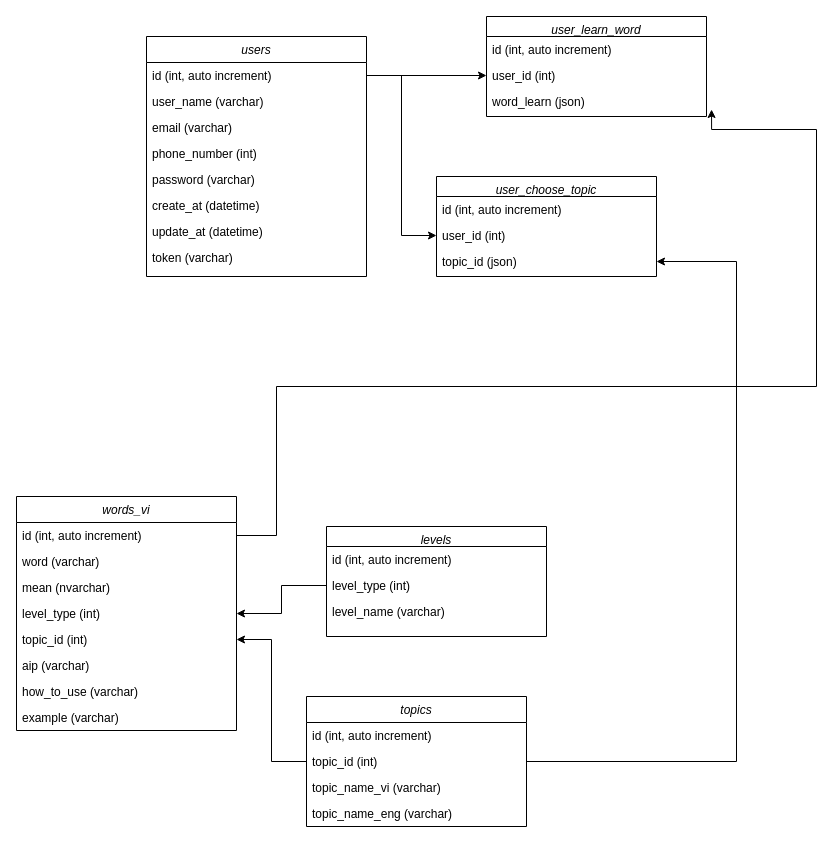
Earlier version of the draw.io diagram english-vocab-db-design.drawio (vietnguyenhoangw/crawl-data-w-soup). Source tidied: cells renumbered, new cells numbered last; positions are measured from the earlier drawing's top-left corner, leaving out a move shared by most shapes. Both pictures are drawn from the tidied source at 100%, with x=0, y=0 at pixel (16, 16).
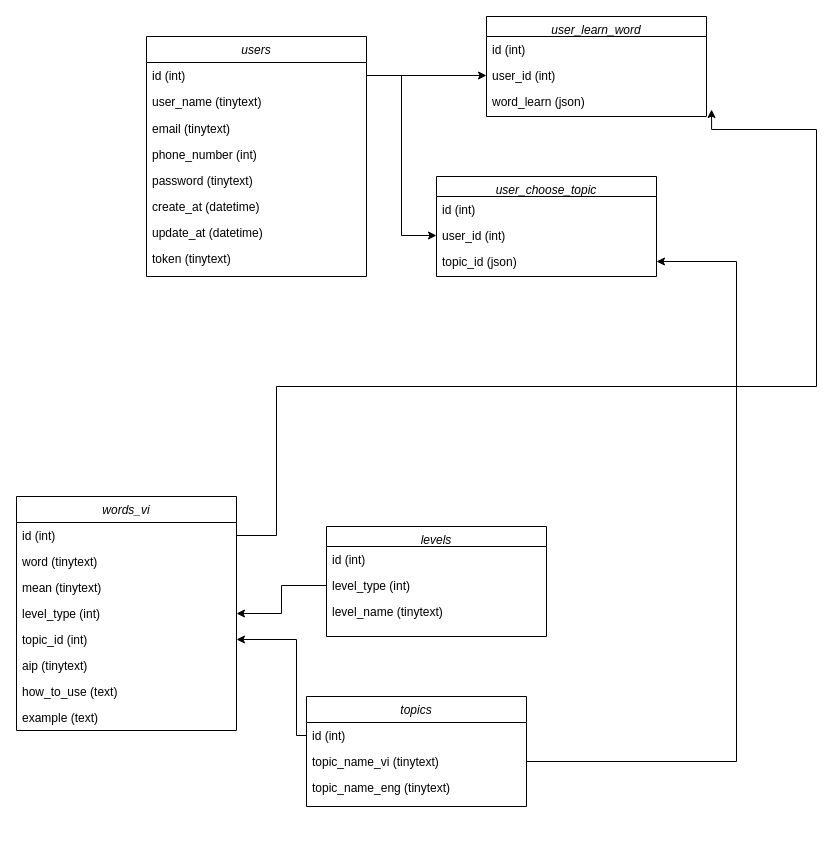
The same diagram, later.

The change refers to these unchanged cells:
```xml
<mxCell id="2" value="users" style="swimlane;fontStyle=2;align=center;verticalAlign=top;horizontal=1;startSize=26;rounded=0;shadow=0;strokeWidth=1;" parent="1" vertex="1">
  <mxGeometry x="130" y="20" width="220" height="240" as="geometry" />
</mxCell>
<mxCell id="11" value="words_vi" style="swimlane;fontStyle=2;align=center;verticalAlign=top;horizontal=1;startSize=26;rounded=0;shadow=0;strokeWidth=1;" parent="1" vertex="1">
  <mxGeometry y="480" width="220" height="234" as="geometry" />
</mxCell>
<mxCell id="16" value="topic_id (int)" style="text;align=left;verticalAlign=top;spacingLeft=4;spacingRight=4;overflow=hidden;points=[[0,0.5],[1,0.5]];portConstraint=eastwest;rounded=0;shadow=0;html=0;" parent="11" vertex="1">
  <mxGeometry y="130" width="220" height="26" as="geometry" />
</mxCell>
<mxCell id="20" value="levels" style="swimlane;fontStyle=2;align=center;verticalAlign=top;horizontal=1;startSize=20;rounded=0;shadow=0;strokeWidth=1;" parent="1" vertex="1">
  <mxGeometry x="310" y="510" width="220" height="110" as="geometry" />
</mxCell>
<mxCell id="31" value="user_learn_word" style="swimlane;fontStyle=2;align=center;verticalAlign=top;horizontal=1;startSize=20;rounded=0;shadow=0;strokeWidth=1;" parent="1" vertex="1">
  <mxGeometry x="470" width="220" height="100" as="geometry" />
</mxCell>
<mxCell id="35" value="user_choose_topic" style="swimlane;fontStyle=2;align=center;verticalAlign=top;horizontal=1;startSize=20;rounded=0;shadow=0;strokeWidth=1;" parent="1" vertex="1">
  <mxGeometry x="420" y="160" width="220" height="100" as="geometry" />
</mxCell>
<mxCell id="38" value="topic_id (json)" style="text;align=left;verticalAlign=top;spacingLeft=4;spacingRight=4;overflow=hidden;points=[[0,0.5],[1,0.5]];portConstraint=eastwest;rounded=0;shadow=0;html=0;" parent="35" vertex="1">
  <mxGeometry y="72" width="220" height="26" as="geometry" />
</mxCell>
```

What changed in the source:
```diff
@@
-    <mxCell id="3" value="id (int, auto increment)" style="text;align=left;verticalAlign=top;spacingLeft=4;spacingRight=4;overflow=hidden;points=[[0,0.5],[1,0.5]];portConstraint=eastwest;" parent="2" vertex="1">
+    <mxCell id="3" value="id (int)" style="text;align=left;verticalAlign=top;spacingLeft=4;spacingRight=4;overflow=hidden;points=[[0,0.5],[1,0.5]];portConstraint=eastwest;" parent="2" vertex="1">
       <mxGeometry y="26" width="220" height="26" as="geometry" />
     </mxCell>
-    <mxCell id="4" value="user_name (varchar)" style="text;align=left;verticalAlign=top;spacingLeft=4;spacingRight=4;overflow=hidden;rounded=0;shadow=0;html=0;" parent="2" vertex="1">
-      <mxGeometry y="52" width="220" height="26" as="geometry" />
+    <mxCell id="4" value="user_name (tinytext)" style="text;align=left;verticalAlign=top;spacingLeft=4;spacingRight=4;overflow=hidden;rounded=0;shadow=0;html=0;" parent="2" vertex="1">
+      <mxGeometry y="52" width="220" height="27" as="geometry" />
     </mxCell>
-    <mxCell id="5" value="email (varchar)" style="text;align=left;verticalAlign=top;spacingLeft=4;spacingRight=4;overflow=hidden;rounded=0;shadow=0;html=0;" parent="2" vertex="1">
-      <mxGeometry y="78" width="220" height="26" as="geometry" />
+    <mxCell id="5" value="email (tinytext)" style="text;align=left;verticalAlign=top;spacingLeft=4;spacingRight=4;overflow=hidden;rounded=0;shadow=0;html=0;" parent="2" vertex="1">
+      <mxGeometry y="79" width="220" height="26" as="geometry" />
     </mxCell>
     <mxCell id="6" value="phone_number (int)" style="text;align=left;verticalAlign=top;spacingLeft=4;spacingRight=4;overflow=hidden;rounded=0;shadow=0;html=0;" parent="2" vertex="1">
-      <mxGeometry y="104" width="220" height="26" as="geometry" />
+      <mxGeometry y="105" width="220" height="26" as="geometry" />
     </mxCell>
-    <mxCell id="7" value="password (varchar)" style="text;align=left;verticalAlign=top;spacingLeft=4;spacingRight=4;overflow=hidden;rounded=0;shadow=0;html=0;" parent="2" vertex="1">
-      <mxGeometry y="130" width="220" height="26" as="geometry" />
+    <mxCell id="7" value="password (tinytext)" style="text;align=left;verticalAlign=top;spacingLeft=4;spacingRight=4;overflow=hidden;rounded=0;shadow=0;html=0;" parent="2" vertex="1">
+      <mxGeometry y="131" width="220" height="26" as="geometry" />
     </mxCell>
     <mxCell id="8" value="create_at (datetime)" style="text;align=left;verticalAlign=top;spacingLeft=4;spacingRight=4;overflow=hidden;rounded=0;shadow=0;html=0;" parent="2" vertex="1">
-      <mxGeometry y="156" width="220" height="26" as="geometry" />
+      <mxGeometry y="157" width="220" height="26" as="geometry" />
     </mxCell>
     <mxCell id="9" value="update_at (datetime)" style="text;align=left;verticalAlign=top;spacingLeft=4;spacingRight=4;overflow=hidden;rounded=0;shadow=0;html=0;" parent="2" vertex="1">
-      <mxGeometry y="182" width="220" height="26" as="geometry" />
+      <mxGeometry y="183" width="220" height="26" as="geometry" />
     </mxCell>
-    <mxCell id="10" value="token (varchar)" style="text;align=left;verticalAlign=top;spacingLeft=4;spacingRight=4;overflow=hidden;rounded=0;shadow=0;html=0;" parent="2" vertex="1">
-      <mxGeometry y="208" width="220" height="26" as="geometry" />
+    <mxCell id="10" value="token (tinytext)" style="text;align=left;verticalAlign=top;spacingLeft=4;spacingRight=4;overflow=hidden;rounded=0;shadow=0;html=0;" parent="2" vertex="1">
+      <mxGeometry y="209" width="220" height="26" as="geometry" />
     </mxCell>
@@
-    <mxCell id="12" value="id (int, auto increment)" style="text;align=left;verticalAlign=top;spacingLeft=4;spacingRight=4;overflow=hidden;points=[[0,0.5],[1,0.5]];portConstraint=eastwest;" parent="11" vertex="1">
+    <mxCell id="12" value="id (int)" style="text;align=left;verticalAlign=top;spacingLeft=4;spacingRight=4;overflow=hidden;points=[[0,0.5],[1,0.5]];portConstraint=eastwest;" parent="11" vertex="1">
       <mxGeometry y="26" width="220" height="26" as="geometry" />
     </mxCell>
-    <mxCell id="13" value="word (varchar)" style="text;align=left;verticalAlign=top;spacingLeft=4;spacingRight=4;overflow=hidden;rounded=0;shadow=0;html=0;" parent="11" vertex="1">
+    <mxCell id="13" value="word (tinytext)" style="text;align=left;verticalAlign=top;spacingLeft=4;spacingRight=4;overflow=hidden;rounded=0;shadow=0;html=0;" parent="11" vertex="1">
       <mxGeometry y="52" width="220" height="26" as="geometry" />
     </mxCell>
-    <mxCell id="14" value="mean (nvarchar)" style="text;align=left;verticalAlign=top;spacingLeft=4;spacingRight=4;overflow=hidden;rounded=0;shadow=0;html=0;" parent="11" vertex="1">
+    <mxCell id="14" value="mean (tinytext)" style="text;align=left;verticalAlign=top;spacingLeft=4;spacingRight=4;overflow=hidden;rounded=0;shadow=0;html=0;" parent="11" vertex="1">
       <mxGeometry y="78" width="220" height="26" as="geometry" />
     </mxCell>
@@
-    <mxCell id="17" value="aip (varchar)" style="text;align=left;verticalAlign=top;spacingLeft=4;spacingRight=4;overflow=hidden;rounded=0;shadow=0;html=0;" parent="11" vertex="1">
+    <mxCell id="17" value="aip (tinytext)" style="text;align=left;verticalAlign=top;spacingLeft=4;spacingRight=4;overflow=hidden;rounded=0;shadow=0;html=0;" parent="11" vertex="1">
       <mxGeometry y="156" width="220" height="26" as="geometry" />
     </mxCell>
-    <mxCell id="18" value="how_to_use (varchar)" style="text;align=left;verticalAlign=top;spacingLeft=4;spacingRight=4;overflow=hidden;rounded=0;shadow=0;html=0;" parent="11" vertex="1">
+    <mxCell id="18" value="how_to_use (text)" style="text;align=left;verticalAlign=top;spacingLeft=4;spacingRight=4;overflow=hidden;rounded=0;shadow=0;html=0;" parent="11" vertex="1">
       <mxGeometry y="182" width="220" height="26" as="geometry" />
     </mxCell>
-    <mxCell id="19" value="example (varchar)" style="text;align=left;verticalAlign=top;spacingLeft=4;spacingRight=4;overflow=hidden;rounded=0;shadow=0;html=0;" parent="11" vertex="1">
+    <mxCell id="19" value="example (text)" style="text;align=left;verticalAlign=top;spacingLeft=4;spacingRight=4;overflow=hidden;rounded=0;shadow=0;html=0;" parent="11" vertex="1">
       <mxGeometry y="208" width="220" height="26" as="geometry" />
     </mxCell>
@@
-    <mxCell id="21" value="id (int, auto increment)" style="text;align=left;verticalAlign=top;spacingLeft=4;spacingRight=4;overflow=hidden;" parent="20" vertex="1">
+    <mxCell id="21" value="id (int)" style="text;align=left;verticalAlign=top;spacingLeft=4;spacingRight=4;overflow=hidden;" parent="20" vertex="1">
       <mxGeometry y="20" width="220" height="26" as="geometry" />
     </mxCell>
@@
-    <mxCell id="23" value="level_name (varchar)" style="text;align=left;verticalAlign=top;spacingLeft=4;spacingRight=4;overflow=hidden;rounded=0;shadow=0;html=0;" parent="20" vertex="1">
+    <mxCell id="23" value="level_name (tinytext)" style="text;align=left;verticalAlign=top;spacingLeft=4;spacingRight=4;overflow=hidden;rounded=0;shadow=0;html=0;" parent="20" vertex="1">
       <mxGeometry y="72" width="220" height="26" as="geometry" />
     </mxCell>
     <mxCell id="24" value="topics" style="swimlane;fontStyle=2;align=center;verticalAlign=top;horizontal=1;startSize=26;rounded=0;shadow=0;strokeWidth=1;" parent="1" vertex="1">
-      <mxGeometry x="290" y="680" width="220" height="130" as="geometry" />
+      <mxGeometry x="290" y="680" width="220" height="110" as="geometry" />
     </mxCell>
-    <mxCell id="25" value="id (int, auto increment)" style="text;align=left;verticalAlign=top;spacingLeft=4;spacingRight=4;overflow=hidden;points=[[0,0.5],[1,0.5]];portConstraint=eastwest;" parent="24" vertex="1">
+    <mxCell id="25" value="id (int)" style="text;align=left;verticalAlign=top;spacingLeft=4;spacingRight=4;overflow=hidden;points=[[0,0.5],[1,0.5]];portConstraint=eastwest;" parent="24" vertex="1">
       <mxGeometry y="26" width="220" height="26" as="geometry" />
     </mxCell>
-    <mxCell id="26" value="topic_id (int)" style="text;align=left;verticalAlign=top;spacingLeft=4;spacingRight=4;overflow=hidden;points=[[0,0.5],[1,0.5]];portConstraint=eastwest;" parent="24" vertex="1">
-      <mxGeometry y="52" width="220" height="26" as="geometry" />
-    </mxCell>
-    <mxCell id="27" value="topic_name_vi (varchar)" style="text;align=left;verticalAlign=top;spacingLeft=4;spacingRight=4;overflow=hidden;rounded=0;shadow=0;html=0;" parent="24" vertex="1">
-      <mxGeometry y="78" width="220" height="26" as="geometry" />
+    <mxCell id="27" value="topic_name_vi (tinytext)" style="text;align=left;verticalAlign=top;spacingLeft=4;spacingRight=4;overflow=hidden;rounded=0;shadow=0;html=0;" parent="24" vertex="1">
+      <mxGeometry y="52" width="220" height="26" as="geometry" />
     </mxCell>
-    <mxCell id="28" value="topic_name_eng (varchar)" style="text;align=left;verticalAlign=top;spacingLeft=4;spacingRight=4;overflow=hidden;rounded=0;shadow=0;html=0;" parent="24" vertex="1">
-      <mxGeometry y="104" width="220" height="26" as="geometry" />
+    <mxCell id="28" value="topic_name_eng (tinytext)" style="text;align=left;verticalAlign=top;spacingLeft=4;spacingRight=4;overflow=hidden;rounded=0;shadow=0;html=0;" parent="24" vertex="1">
+      <mxGeometry y="78" width="220" height="26" as="geometry" />
     </mxCell>
-    <mxCell id="29" style="edgeStyle=orthogonalEdgeStyle;rounded=0;jettySize=auto;html=1;" parent="1" edge="1" source="26" target="16">
-      <mxGeometry relative="1" as="geometry" />
+    <mxCell id="29" style="edgeStyle=orthogonalEdgeStyle;rounded=0;jettySize=auto;html=1;exitX=0;exitY=0.5;exitDx=0;exitDy=0;" parent="1" edge="1" source="25" target="16">
+      <mxGeometry relative="1" as="geometry">
+        <Array as="points">
+          <mxPoint x="280" y="719" />
+          <mxPoint x="280" y="623" />
+        </Array>
+      </mxGeometry>
     </mxCell>
@@
-    <mxCell id="32" value="id (int, auto increment)" style="text;align=left;verticalAlign=top;spacingLeft=4;spacingRight=4;overflow=hidden;" parent="31" vertex="1">
+    <mxCell id="32" value="id (int)" style="text;align=left;verticalAlign=top;spacingLeft=4;spacingRight=4;overflow=hidden;" parent="31" vertex="1">
       <mxGeometry y="20" width="220" height="26" as="geometry" />
     </mxCell>
@@
-    <mxCell id="36" value="id (int, auto increment)" style="text;align=left;verticalAlign=top;spacingLeft=4;spacingRight=4;overflow=hidden;" parent="35" vertex="1">
+    <mxCell id="36" value="id (int)" style="text;align=left;verticalAlign=top;spacingLeft=4;spacingRight=4;overflow=hidden;" parent="35" vertex="1">
       <mxGeometry y="20" width="220" height="26" as="geometry" />
     </mxCell>
@@
-    <mxCell id="41" style="edgeStyle=orthogonalEdgeStyle;rounded=0;jettySize=auto;html=1;entryX=1;entryY=0.5;entryDx=0;entryDy=0;" parent="1" edge="1" source="26" target="38">
+    <mxCell id="41" style="edgeStyle=orthogonalEdgeStyle;rounded=0;jettySize=auto;html=1;entryX=1;entryY=0.5;entryDx=0;entryDy=0;" parent="1" edge="1" target="38">
       <mxGeometry relative="1" as="geometry">
+        <mxPoint x="510" y="745" as="sourcePoint" />
         <Array as="points">
           <mxPoint x="720" y="745" />
           <mxPoint x="720" y="245" />
         </Array>
       </mxGeometry>
     </mxCell>
```
